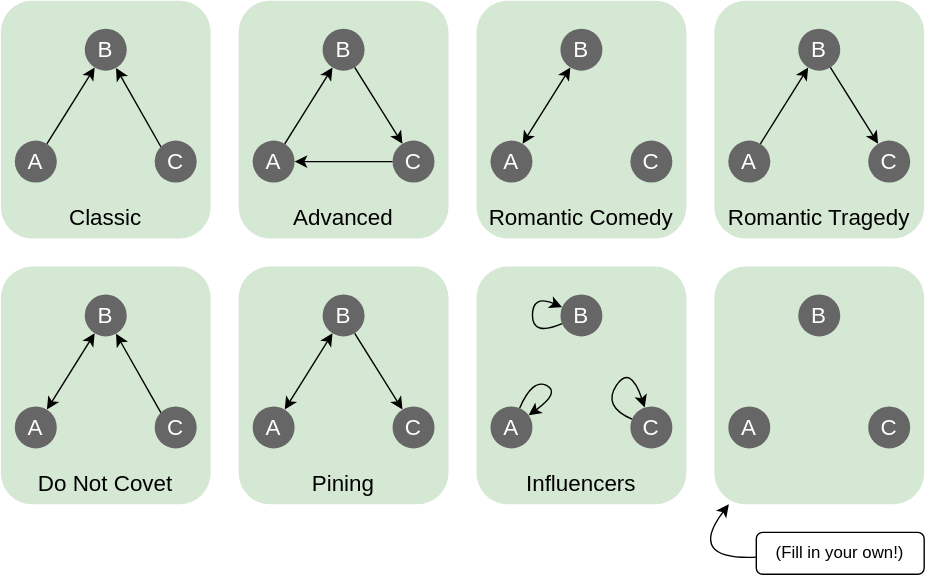
This is blog/beta/post/functions-and-relations/assets/Love Triangles.drawio.svg from kazimuth/kazimuth.github.io, a draw.io export, as it was before one commit. Source tidied: cells renumbered, new cells last; positions are measured from the earlier drawing's top-left corner, leaving out a move shared by most shapes. Its diagram source:
```xml
<mxGraphModel>
  <root>
    <mxCell id="0" />
    <mxCell id="1" parent="0" />
    <mxCell id="2" style="rounded=1;whiteSpace=wrap;html=1;fillColor=#d5e8d4;strokeColor=none;" parent="1" vertex="1">
      <mxGeometry width="150" height="170" as="geometry" />
    </mxCell>
    <mxCell id="3" value="&lt;font style=&quot;font-size: 16px;&quot; color=&quot;#ffffff&quot;&gt;A&lt;/font&gt;" style="ellipse;whiteSpace=wrap;html=1;fillColor=#666666;strokeColor=none;fontSize=16;" parent="1" vertex="1">
      <mxGeometry x="10" y="100" width="30" height="30" as="geometry" />
    </mxCell>
    <mxCell id="4" value="&lt;font style=&quot;font-size: 16px;&quot; color=&quot;#ffffff&quot;&gt;C&lt;/font&gt;" style="ellipse;whiteSpace=wrap;html=1;fillColor=#666666;strokeColor=none;fontSize=16;" parent="1" vertex="1">
      <mxGeometry x="110" y="100" width="30" height="30" as="geometry" />
    </mxCell>
    <mxCell id="5" value="&lt;font style=&quot;font-size: 16px;&quot; color=&quot;#ffffff&quot;&gt;B&lt;/font&gt;" style="ellipse;whiteSpace=wrap;html=1;fillColor=#666666;strokeColor=none;fontSize=16;" parent="1" vertex="1">
      <mxGeometry x="60" y="20" width="30" height="30" as="geometry" />
    </mxCell>
    <mxCell id="6" style="endArrow=classic;html=1;rounded=0;" parent="1" edge="1" source="3" target="5">
      <mxGeometry relative="1" as="geometry" />
    </mxCell>
    <mxCell id="7" style="endArrow=classic;html=1;rounded=0;exitX=0;exitY=0;exitDx=0;exitDy=0;" parent="1" edge="1" source="4" target="5">
      <mxGeometry relative="1" as="geometry" />
    </mxCell>
    <mxCell id="8" value="&lt;div style=&quot;font-size: 16px;&quot;&gt;Classic&lt;/div&gt;" style="text;html=1;strokeColor=none;fillColor=none;align=center;verticalAlign=middle;whiteSpace=wrap;rounded=0;fontSize=16;" parent="1" vertex="1">
      <mxGeometry x="45" y="140" width="60" height="30" as="geometry" />
    </mxCell>
    <mxCell id="9" style="rounded=1;whiteSpace=wrap;html=1;fillColor=#d5e8d4;strokeColor=none;" parent="1" vertex="1">
      <mxGeometry x="340" width="150" height="170" as="geometry" />
    </mxCell>
    <mxCell id="10" value="&lt;font style=&quot;font-size: 16px;&quot; color=&quot;#ffffff&quot;&gt;A&lt;/font&gt;" style="ellipse;whiteSpace=wrap;html=1;fillColor=#666666;strokeColor=none;fontSize=16;" parent="1" vertex="1">
      <mxGeometry x="350" y="100" width="30" height="30" as="geometry" />
    </mxCell>
    <mxCell id="11" value="&lt;font style=&quot;font-size: 16px;&quot; color=&quot;#ffffff&quot;&gt;C&lt;/font&gt;" style="ellipse;whiteSpace=wrap;html=1;fillColor=#666666;strokeColor=none;fontSize=16;" parent="1" vertex="1">
      <mxGeometry x="450" y="100" width="30" height="30" as="geometry" />
    </mxCell>
    <mxCell id="12" value="&lt;font style=&quot;font-size: 16px;&quot; color=&quot;#ffffff&quot;&gt;B&lt;/font&gt;" style="ellipse;whiteSpace=wrap;html=1;fillColor=#666666;strokeColor=none;fontSize=16;" parent="1" vertex="1">
      <mxGeometry x="400" y="20" width="30" height="30" as="geometry" />
    </mxCell>
    <mxCell id="13" value="Romantic Comedy" style="text;html=1;strokeColor=none;fillColor=none;align=center;verticalAlign=middle;whiteSpace=wrap;rounded=0;fontSize=16;" parent="1" vertex="1">
      <mxGeometry x="340" y="140" width="150" height="30" as="geometry" />
    </mxCell>
    <mxCell id="14" style="rounded=1;whiteSpace=wrap;html=1;fillColor=#d5e8d4;strokeColor=none;" parent="1" vertex="1">
      <mxGeometry x="170" width="150" height="170" as="geometry" />
    </mxCell>
    <mxCell id="15" value="&lt;font style=&quot;font-size: 16px;&quot; color=&quot;#ffffff&quot;&gt;A&lt;/font&gt;" style="ellipse;whiteSpace=wrap;html=1;fillColor=#666666;strokeColor=none;fontSize=16;" parent="1" vertex="1">
      <mxGeometry x="180" y="100" width="30" height="30" as="geometry" />
    </mxCell>
    <mxCell id="16" value="&lt;font style=&quot;font-size: 16px;&quot; color=&quot;#ffffff&quot;&gt;C&lt;/font&gt;" style="ellipse;whiteSpace=wrap;html=1;fillColor=#666666;strokeColor=none;fontSize=16;" parent="1" vertex="1">
      <mxGeometry x="280" y="100" width="30" height="30" as="geometry" />
    </mxCell>
    <mxCell id="17" value="&lt;font style=&quot;font-size: 16px;&quot; color=&quot;#ffffff&quot;&gt;B&lt;/font&gt;" style="ellipse;whiteSpace=wrap;html=1;fillColor=#666666;strokeColor=none;fontSize=16;" parent="1" vertex="1">
      <mxGeometry x="230" y="20" width="30" height="30" as="geometry" />
    </mxCell>
    <mxCell id="18" style="endArrow=classic;html=1;rounded=0;" parent="1" edge="1" source="15" target="17">
      <mxGeometry relative="1" as="geometry" />
    </mxCell>
    <mxCell id="19" value="&lt;div style=&quot;font-size: 16px;&quot;&gt;Advanced&lt;/div&gt;" style="text;html=1;strokeColor=none;fillColor=none;align=center;verticalAlign=middle;whiteSpace=wrap;rounded=0;fontSize=16;" parent="1" vertex="1">
      <mxGeometry x="215" y="140" width="60" height="30" as="geometry" />
    </mxCell>
    <mxCell id="20" style="rounded=1;whiteSpace=wrap;html=1;fillColor=#d5e8d4;strokeColor=none;" parent="1" vertex="1">
      <mxGeometry x="510" width="150" height="170" as="geometry" />
    </mxCell>
    <mxCell id="21" value="&lt;font style=&quot;font-size: 16px;&quot; color=&quot;#ffffff&quot;&gt;A&lt;/font&gt;" style="ellipse;whiteSpace=wrap;html=1;fillColor=#666666;strokeColor=none;fontSize=16;" parent="1" vertex="1">
      <mxGeometry x="520" y="100" width="30" height="30" as="geometry" />
    </mxCell>
    <mxCell id="22" value="&lt;font style=&quot;font-size: 16px;&quot; color=&quot;#ffffff&quot;&gt;C&lt;/font&gt;" style="ellipse;whiteSpace=wrap;html=1;fillColor=#666666;strokeColor=none;fontSize=16;" parent="1" vertex="1">
      <mxGeometry x="620" y="100" width="30" height="30" as="geometry" />
    </mxCell>
    <mxCell id="23" value="&lt;font style=&quot;font-size: 16px;&quot; color=&quot;#ffffff&quot;&gt;B&lt;/font&gt;" style="ellipse;whiteSpace=wrap;html=1;fillColor=#666666;strokeColor=none;fontSize=16;" parent="1" vertex="1">
      <mxGeometry x="570" y="20" width="30" height="30" as="geometry" />
    </mxCell>
    <mxCell id="24" style="endArrow=classic;html=1;rounded=0;" parent="1" edge="1" source="21" target="23">
      <mxGeometry relative="1" as="geometry" />
    </mxCell>
    <mxCell id="25" value="&lt;div style=&quot;font-size: 16px;&quot;&gt;Romantic Tragedy&lt;br style=&quot;font-size: 16px;&quot;&gt;&lt;/div&gt;" style="text;html=1;strokeColor=none;fillColor=none;align=center;verticalAlign=middle;whiteSpace=wrap;rounded=0;fontSize=16;" parent="1" vertex="1">
      <mxGeometry x="510" y="140" width="150" height="30" as="geometry" />
    </mxCell>
    <mxCell id="26" style="rounded=1;whiteSpace=wrap;html=1;fillColor=#d5e8d4;strokeColor=none;" parent="1" vertex="1">
      <mxGeometry y="190" width="150" height="170" as="geometry" />
    </mxCell>
    <mxCell id="27" value="&lt;font style=&quot;font-size: 16px;&quot; color=&quot;#ffffff&quot;&gt;A&lt;/font&gt;" style="ellipse;whiteSpace=wrap;html=1;fillColor=#666666;strokeColor=none;fontSize=16;" parent="1" vertex="1">
      <mxGeometry x="10" y="290" width="30" height="30" as="geometry" />
    </mxCell>
    <mxCell id="28" value="&lt;font style=&quot;font-size: 16px;&quot; color=&quot;#ffffff&quot;&gt;C&lt;/font&gt;" style="ellipse;whiteSpace=wrap;html=1;fillColor=#666666;strokeColor=none;fontSize=16;" parent="1" vertex="1">
      <mxGeometry x="110" y="290" width="30" height="30" as="geometry" />
    </mxCell>
    <mxCell id="29" value="&lt;font style=&quot;font-size: 16px;&quot; color=&quot;#ffffff&quot;&gt;B&lt;/font&gt;" style="ellipse;whiteSpace=wrap;html=1;fillColor=#666666;strokeColor=none;fontSize=16;" parent="1" vertex="1">
      <mxGeometry x="60" y="210" width="30" height="30" as="geometry" />
    </mxCell>
    <mxCell id="30" style="endArrow=classic;html=1;rounded=0;exitX=0;exitY=0;exitDx=0;exitDy=0;" parent="1" edge="1" source="28" target="29">
      <mxGeometry relative="1" as="geometry" />
    </mxCell>
    <mxCell id="31" value="&lt;div style=&quot;font-size: 16px;&quot;&gt;Do Not Covet&lt;br style=&quot;font-size: 16px;&quot;&gt;&lt;/div&gt;" style="text;html=1;strokeColor=none;fillColor=none;align=center;verticalAlign=middle;whiteSpace=wrap;rounded=0;fontSize=16;" parent="1" vertex="1">
      <mxGeometry x="20" y="330" width="110" height="30" as="geometry" />
    </mxCell>
    <mxCell id="32" style="rounded=1;whiteSpace=wrap;html=1;fillColor=#d5e8d4;strokeColor=none;" parent="1" vertex="1">
      <mxGeometry x="170" y="190" width="150" height="170" as="geometry" />
    </mxCell>
    <mxCell id="33" value="&lt;font style=&quot;font-size: 16px;&quot; color=&quot;#ffffff&quot;&gt;A&lt;/font&gt;" style="ellipse;whiteSpace=wrap;html=1;fillColor=#666666;strokeColor=none;fontSize=16;" parent="1" vertex="1">
      <mxGeometry x="180" y="290" width="30" height="30" as="geometry" />
    </mxCell>
    <mxCell id="34" value="&lt;font style=&quot;font-size: 16px;&quot; color=&quot;#ffffff&quot;&gt;C&lt;/font&gt;" style="ellipse;whiteSpace=wrap;html=1;fillColor=#666666;strokeColor=none;fontSize=16;" parent="1" vertex="1">
      <mxGeometry x="280" y="290" width="30" height="30" as="geometry" />
    </mxCell>
    <mxCell id="35" value="&lt;font style=&quot;font-size: 16px;&quot; color=&quot;#ffffff&quot;&gt;B&lt;/font&gt;" style="ellipse;whiteSpace=wrap;html=1;fillColor=#666666;strokeColor=none;fontSize=16;" parent="1" vertex="1">
      <mxGeometry x="230" y="210" width="30" height="30" as="geometry" />
    </mxCell>
    <mxCell id="36" style="endArrow=classic;html=1;rounded=0;" parent="1" edge="1" source="35" target="34">
      <mxGeometry relative="1" as="geometry" />
    </mxCell>
    <mxCell id="37" value="Pining" style="text;html=1;strokeColor=none;fillColor=none;align=center;verticalAlign=middle;whiteSpace=wrap;rounded=0;fontSize=16;" parent="1" vertex="1">
      <mxGeometry x="215" y="330" width="60" height="30" as="geometry" />
    </mxCell>
    <mxCell id="38" style="rounded=1;whiteSpace=wrap;html=1;fillColor=#d5e8d4;strokeColor=none;" parent="1" vertex="1">
      <mxGeometry x="510" y="190" width="150" height="170" as="geometry" />
    </mxCell>
    <mxCell id="39" value="&lt;font style=&quot;font-size: 16px;&quot; color=&quot;#ffffff&quot;&gt;A&lt;/font&gt;" style="ellipse;whiteSpace=wrap;html=1;fillColor=#666666;strokeColor=none;fontSize=16;" parent="1" vertex="1">
      <mxGeometry x="520" y="290" width="30" height="30" as="geometry" />
    </mxCell>
    <mxCell id="40" value="&lt;font style=&quot;font-size: 16px;&quot; color=&quot;#ffffff&quot;&gt;C&lt;/font&gt;" style="ellipse;whiteSpace=wrap;html=1;fillColor=#666666;strokeColor=none;fontSize=16;" parent="1" vertex="1">
      <mxGeometry x="620" y="290" width="30" height="30" as="geometry" />
    </mxCell>
    <mxCell id="41" value="&lt;font style=&quot;font-size: 16px;&quot; color=&quot;#ffffff&quot;&gt;B&lt;/font&gt;" style="ellipse;whiteSpace=wrap;html=1;fillColor=#666666;strokeColor=none;fontSize=16;" parent="1" vertex="1">
      <mxGeometry x="570" y="210" width="30" height="30" as="geometry" />
    </mxCell>
    <mxCell id="42" style="rounded=1;whiteSpace=wrap;html=1;fillColor=#d5e8d4;strokeColor=none;" parent="1" vertex="1">
      <mxGeometry x="340" y="190" width="150" height="170" as="geometry" />
    </mxCell>
    <mxCell id="43" value="&lt;font style=&quot;font-size: 16px;&quot; color=&quot;#ffffff&quot;&gt;A&lt;/font&gt;" style="ellipse;whiteSpace=wrap;html=1;fillColor=#666666;strokeColor=none;fontSize=16;" parent="1" vertex="1">
      <mxGeometry x="350" y="290" width="30" height="30" as="geometry" />
    </mxCell>
    <mxCell id="44" value="&lt;font style=&quot;font-size: 16px;&quot; color=&quot;#ffffff&quot;&gt;C&lt;/font&gt;" style="ellipse;whiteSpace=wrap;html=1;fillColor=#666666;strokeColor=none;fontSize=16;" parent="1" vertex="1">
      <mxGeometry x="450" y="290" width="30" height="30" as="geometry" />
    </mxCell>
    <mxCell id="45" value="&lt;font style=&quot;font-size: 16px;&quot; color=&quot;#ffffff&quot;&gt;B&lt;/font&gt;" style="ellipse;whiteSpace=wrap;html=1;fillColor=#666666;strokeColor=none;fontSize=16;" parent="1" vertex="1">
      <mxGeometry x="400" y="210" width="30" height="30" as="geometry" />
    </mxCell>
    <mxCell id="46" value="Influencers" style="text;html=1;strokeColor=none;fillColor=none;align=center;verticalAlign=middle;whiteSpace=wrap;rounded=0;fontSize=16;" parent="1" vertex="1">
      <mxGeometry x="385" y="330" width="60" height="30" as="geometry" />
    </mxCell>
    <mxCell id="47" style="endArrow=classic;startArrow=classic;html=1;rounded=0;" parent="1" edge="1" source="10" target="12">
      <mxGeometry relative="1" as="geometry" />
    </mxCell>
    <mxCell id="48" style="endArrow=classic;html=1;rounded=0;" parent="1" edge="1" source="23" target="22">
      <mxGeometry relative="1" as="geometry" />
    </mxCell>
    <mxCell id="49" style="endArrow=classic;html=1;rounded=0;" parent="1" edge="1" source="17" target="16">
      <mxGeometry relative="1" as="geometry" />
    </mxCell>
    <mxCell id="50" style="endArrow=classic;html=1;rounded=0;" parent="1" edge="1" source="16" target="15">
      <mxGeometry relative="1" as="geometry" />
    </mxCell>
    <mxCell id="51" style="endArrow=classic;startArrow=classic;html=1;rounded=0;" parent="1" edge="1" source="33" target="35">
      <mxGeometry relative="1" as="geometry" />
    </mxCell>
    <mxCell id="52" style="endArrow=classic;startArrow=classic;html=1;rounded=0;" parent="1" edge="1" source="27" target="29">
      <mxGeometry relative="1" as="geometry" />
    </mxCell>
    <mxCell id="53" style="curved=1;endArrow=classic;html=1;rounded=0;" parent="1" edge="1" source="45" target="45">
      <mxGeometry relative="1" as="geometry">
        <Array as="points">
          <mxPoint x="380" y="240" />
          <mxPoint x="380" y="210" />
        </Array>
      </mxGeometry>
    </mxCell>
    <mxCell id="54" style="curved=1;endArrow=classic;html=1;rounded=0;" parent="1" edge="1" source="44" target="44">
      <mxGeometry relative="1" as="geometry">
        <Array as="points">
          <mxPoint x="430" y="290" />
          <mxPoint x="450" y="260" />
        </Array>
      </mxGeometry>
    </mxCell>
    <mxCell id="55" style="curved=1;endArrow=classic;html=1;rounded=0;" parent="1" edge="1" source="43" target="43">
      <mxGeometry relative="1" as="geometry">
        <Array as="points">
          <mxPoint x="380" y="270" />
          <mxPoint x="400" y="280" />
        </Array>
      </mxGeometry>
    </mxCell>
    <mxCell id="56" value="(Fill in your own!)" style="rounded=1;whiteSpace=wrap;html=1;" parent="1" vertex="1">
      <mxGeometry x="540" y="380" width="120" height="30" as="geometry" />
    </mxCell>
    <mxCell id="57" style="curved=1;endArrow=classic;html=1;rounded=0;" parent="1" edge="1" source="56" target="38">
      <mxGeometry relative="1" as="geometry">
        <Array as="points">
          <mxPoint x="490" y="400" />
        </Array>
      </mxGeometry>
    </mxCell>
  </root>
</mxGraphModel>
```
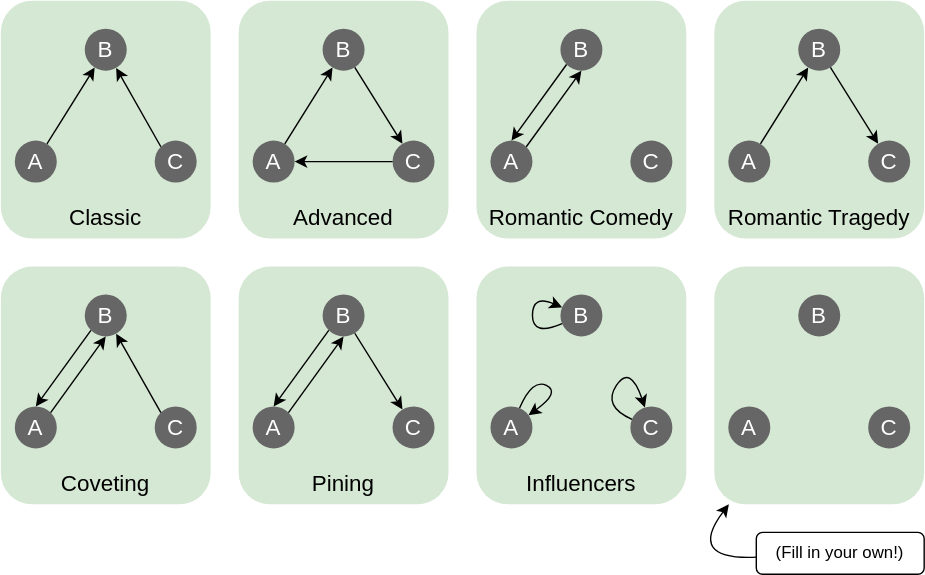
The same diagram one commit later.

The edit, as a diff of the source:
```diff
@@ -89,7 +89,7 @@
     <mxCell id="30" style="endArrow=classic;html=1;rounded=0;exitX=0;exitY=0;exitDx=0;exitDy=0;" parent="1" edge="1" source="28" target="29">
       <mxGeometry relative="1" as="geometry" />
     </mxCell>
-    <mxCell id="31" value="&lt;div style=&quot;font-size: 16px;&quot;&gt;Do Not Covet&lt;br style=&quot;font-size: 16px;&quot;&gt;&lt;/div&gt;" style="text;html=1;strokeColor=none;fillColor=none;align=center;verticalAlign=middle;whiteSpace=wrap;rounded=0;fontSize=16;" parent="1" vertex="1">
+    <mxCell id="31" value="&lt;div style=&quot;font-size: 16px;&quot;&gt;Coveting&lt;br style=&quot;font-size: 16px;&quot;&gt;&lt;/div&gt;" style="text;html=1;strokeColor=none;fillColor=none;align=center;verticalAlign=middle;whiteSpace=wrap;rounded=0;fontSize=16;" parent="1" vertex="1">
       <mxGeometry x="20" y="330" width="110" height="30" as="geometry" />
     </mxCell>
     <mxCell id="32" style="rounded=1;whiteSpace=wrap;html=1;fillColor=#d5e8d4;strokeColor=none;" parent="1" vertex="1">
@@ -137,9 +137,6 @@
     <mxCell id="46" value="Influencers" style="text;html=1;strokeColor=none;fillColor=none;align=center;verticalAlign=middle;whiteSpace=wrap;rounded=0;fontSize=16;" parent="1" vertex="1">
       <mxGeometry x="385" y="330" width="60" height="30" as="geometry" />
     </mxCell>
-    <mxCell id="47" style="endArrow=classic;startArrow=classic;html=1;rounded=0;" parent="1" edge="1" source="10" target="12">
-      <mxGeometry relative="1" as="geometry" />
-    </mxCell>
     <mxCell id="48" style="endArrow=classic;html=1;rounded=0;" parent="1" edge="1" source="23" target="22">
       <mxGeometry relative="1" as="geometry" />
     </mxCell>
@@ -149,12 +146,6 @@
     <mxCell id="50" style="endArrow=classic;html=1;rounded=0;" parent="1" edge="1" source="16" target="15">
       <mxGeometry relative="1" as="geometry" />
     </mxCell>
-    <mxCell id="51" style="endArrow=classic;startArrow=classic;html=1;rounded=0;" parent="1" edge="1" source="33" target="35">
-      <mxGeometry relative="1" as="geometry" />
-    </mxCell>
-    <mxCell id="52" style="endArrow=classic;startArrow=classic;html=1;rounded=0;" parent="1" edge="1" source="27" target="29">
-      <mxGeometry relative="1" as="geometry" />
-    </mxCell>
     <mxCell id="53" style="curved=1;endArrow=classic;html=1;rounded=0;" parent="1" edge="1" source="45" target="45">
       <mxGeometry relative="1" as="geometry">
         <Array as="points">
@@ -189,5 +180,23 @@
         </Array>
       </mxGeometry>
     </mxCell>
+    <mxCell id="58" style="endArrow=classic;html=1;rounded=0;exitX=0;exitY=1;exitDx=0;exitDy=0;entryX=0.5;entryY=0;entryDx=0;entryDy=0;fontStyle=2;" parent="1" edge="1" source="12" target="10">
+      <mxGeometry relative="1" as="geometry" />
+    </mxCell>
+    <mxCell id="47" style="endArrow=classic;html=1;rounded=0;entryX=0.5;entryY=1;entryDx=0;entryDy=0;exitX=1;exitY=0;exitDx=0;exitDy=0;fontStyle=2;" parent="1" edge="1" source="10" target="12">
+      <mxGeometry relative="1" as="geometry" />
+    </mxCell>
+    <mxCell id="59" style="endArrow=classic;html=1;rounded=0;exitX=0;exitY=1;exitDx=0;exitDy=0;entryX=0.5;entryY=0;entryDx=0;entryDy=0;fontStyle=2;" parent="1" edge="1" source="29" target="27">
+      <mxGeometry relative="1" as="geometry" />
+    </mxCell>
+    <mxCell id="52" style="endArrow=classic;html=1;rounded=0;entryX=0.5;entryY=1;entryDx=0;entryDy=0;exitX=1;exitY=0;exitDx=0;exitDy=0;fontStyle=2;" parent="1" edge="1" source="27" target="29">
+      <mxGeometry relative="1" as="geometry" />
+    </mxCell>
+    <mxCell id="51" style="endArrow=classic;html=1;rounded=0;entryX=0.5;entryY=1;entryDx=0;entryDy=0;exitX=1;exitY=0;exitDx=0;exitDy=0;fontStyle=2;" parent="1" edge="1" source="33" target="35">
+      <mxGeometry relative="1" as="geometry" />
+    </mxCell>
+    <mxCell id="60" style="endArrow=classic;html=1;rounded=0;exitX=0;exitY=1;exitDx=0;exitDy=0;entryX=0.5;entryY=0;entryDx=0;entryDy=0;fontStyle=2;" parent="1" edge="1" source="35" target="33">
+      <mxGeometry relative="1" as="geometry" />
+    </mxCell>
   </root>
 </mxGraphModel>
```
